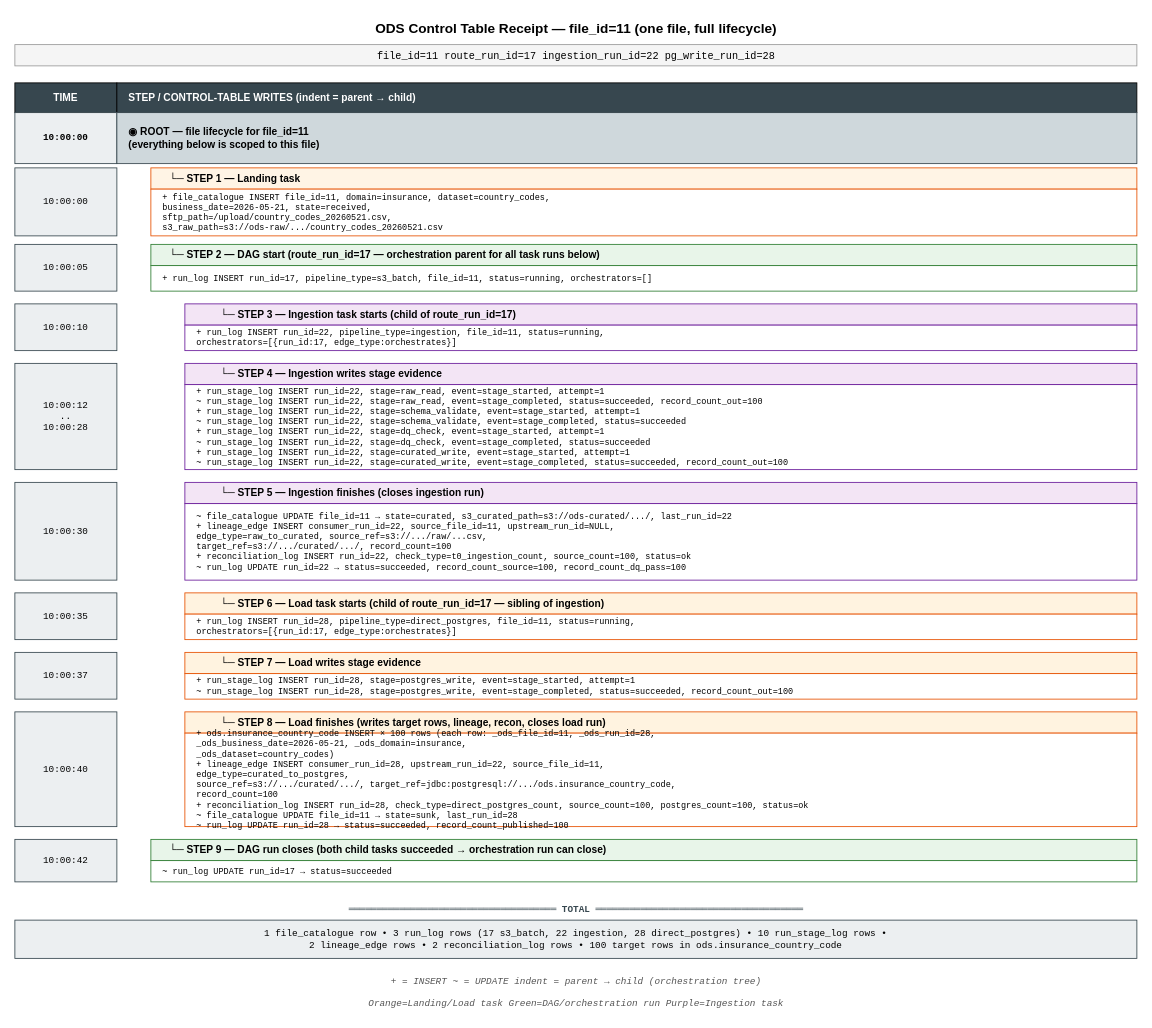
Before: docs/dev-guides/control-tables-ledger.drawio in holdersav20001/ods, a draw.io diagram. Source tidied: cells renumbered, new cells numbered last; positions are measured from the earlier drawing's top-left corner, leaving out a move shared by most shapes. Both pictures are drawn from the tidied source at 85%, with x=0, y=0 at pixel (14, 14).
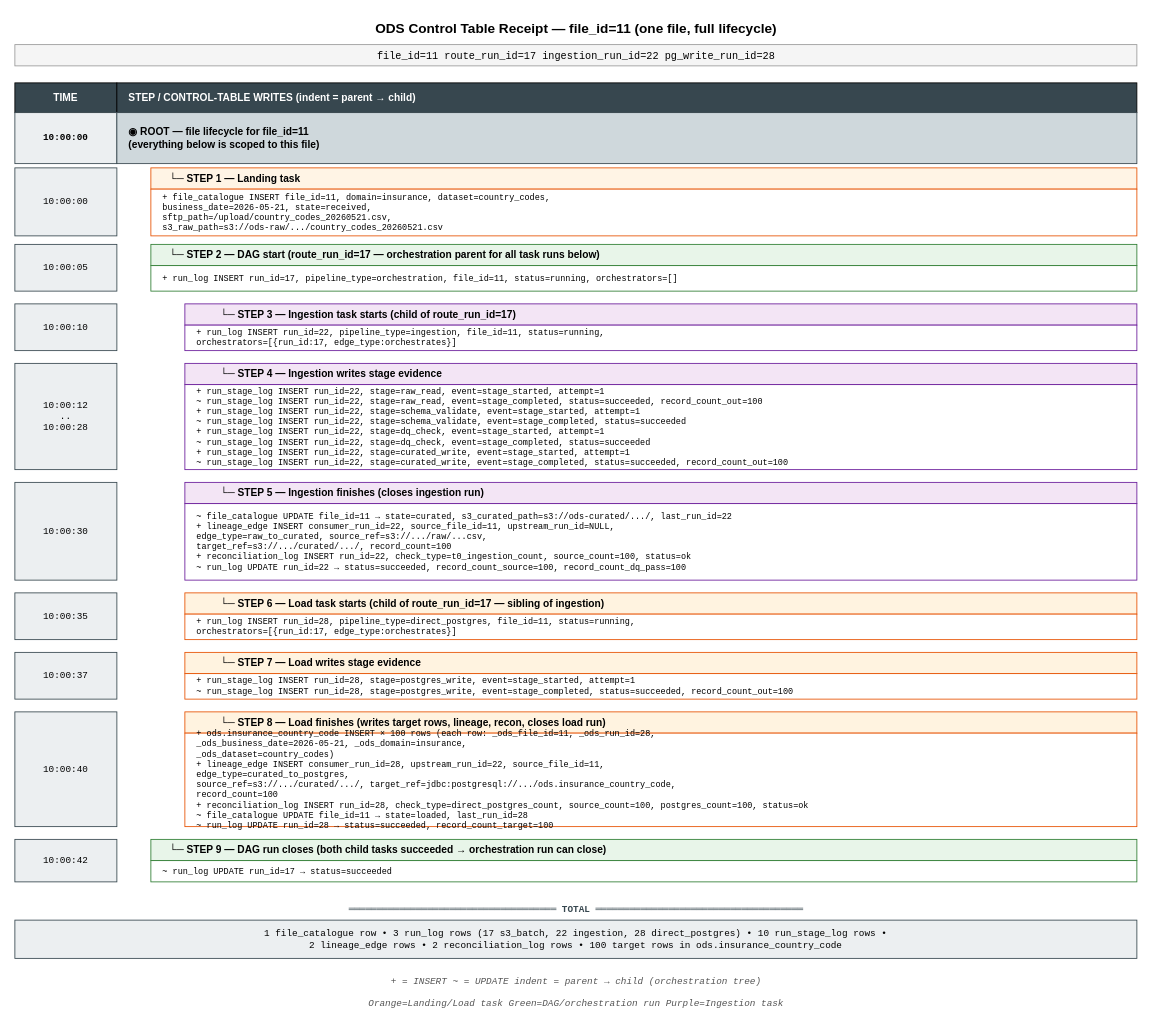
The same diagram, later.

What changed in the source:
```diff
@@
-    <mxCell id="13" value="     + run_log          INSERT  run_id=17, pipeline_type=s3_batch, file_id=11, status=running, orchestrators=[]" style="rounded=0;whiteSpace=wrap;html=1;fillColor=#FFFFFF;strokeColor=#2E7D32;fontFamily=Courier New;fontSize=10;align=left;spacingLeft=12;" parent="1" vertex="1">
+    <mxCell id="13" value="     + run_log          INSERT  run_id=17, pipeline_type=orchestration, file_id=11, status=running, orchestrators=[]" style="rounded=0;whiteSpace=wrap;html=1;fillColor=#FFFFFF;strokeColor=#2E7D32;fontFamily=Courier New;fontSize=10;align=left;spacingLeft=12;" parent="1" vertex="1">
       <mxGeometry x="160" y="295" width="1160" height="30" as="geometry" />
     </mxCell>
@@
-    <mxCell id="31" value="         + ods.insurance_country_code  INSERT × 100 rows  (each row: _ods_file_id=11, _ods_run_id=28,&#10;                                                            _ods_business_date=2026-05-21, _ods_domain=insurance,&#10;                                                            _ods_dataset=country_codes)&#10;         + lineage_edge    INSERT  consumer_run_id=28, upstream_run_id=22, source_file_id=11,&#10;                                   edge_type=curated_to_postgres,&#10;                                   source_ref=s3://.../curated/.../, target_ref=jdbc:postgresql://.../ods.insurance_country_code,&#10;                                   record_count=100&#10;         + reconciliation_log INSERT run_id=28, check_type=direct_postgres_count, source_count=100, postgres_count=100, status=ok&#10;         ~ file_catalogue  UPDATE  file_id=11 → state=sunk, last_run_id=28&#10;         ~ run_log         UPDATE  run_id=28 → status=succeeded, record_count_published=100" style="rounded=0;whiteSpace=wrap;html=1;fillColor=#FFFFFF;strokeColor=#E65100;fontFamily=Courier New;fontSize=10;align=left;spacingLeft=12;" parent="1" vertex="1">
+    <mxCell id="31" value="         + ods.insurance_country_code  INSERT × 100 rows  (each row: _ods_file_id=11, _ods_run_id=28,&#10;                                                            _ods_business_date=2026-05-21, _ods_domain=insurance,&#10;                                                            _ods_dataset=country_codes)&#10;         + lineage_edge    INSERT  consumer_run_id=28, upstream_run_id=22, source_file_id=11,&#10;                                   edge_type=curated_to_postgres,&#10;                                   source_ref=s3://.../curated/.../, target_ref=jdbc:postgresql://.../ods.insurance_country_code,&#10;                                   record_count=100&#10;         + reconciliation_log INSERT run_id=28, check_type=direct_postgres_count, source_count=100, postgres_count=100, status=ok&#10;         ~ file_catalogue  UPDATE  file_id=11 → state=loaded, last_run_id=28&#10;         ~ run_log         UPDATE  run_id=28 → status=succeeded, record_count_target=100" style="rounded=0;whiteSpace=wrap;html=1;fillColor=#FFFFFF;strokeColor=#E65100;fontFamily=Courier New;fontSize=10;align=left;spacingLeft=12;" parent="1" vertex="1">
       <mxGeometry x="200" y="845" width="1120" height="110" as="geometry" />
     </mxCell>
```
